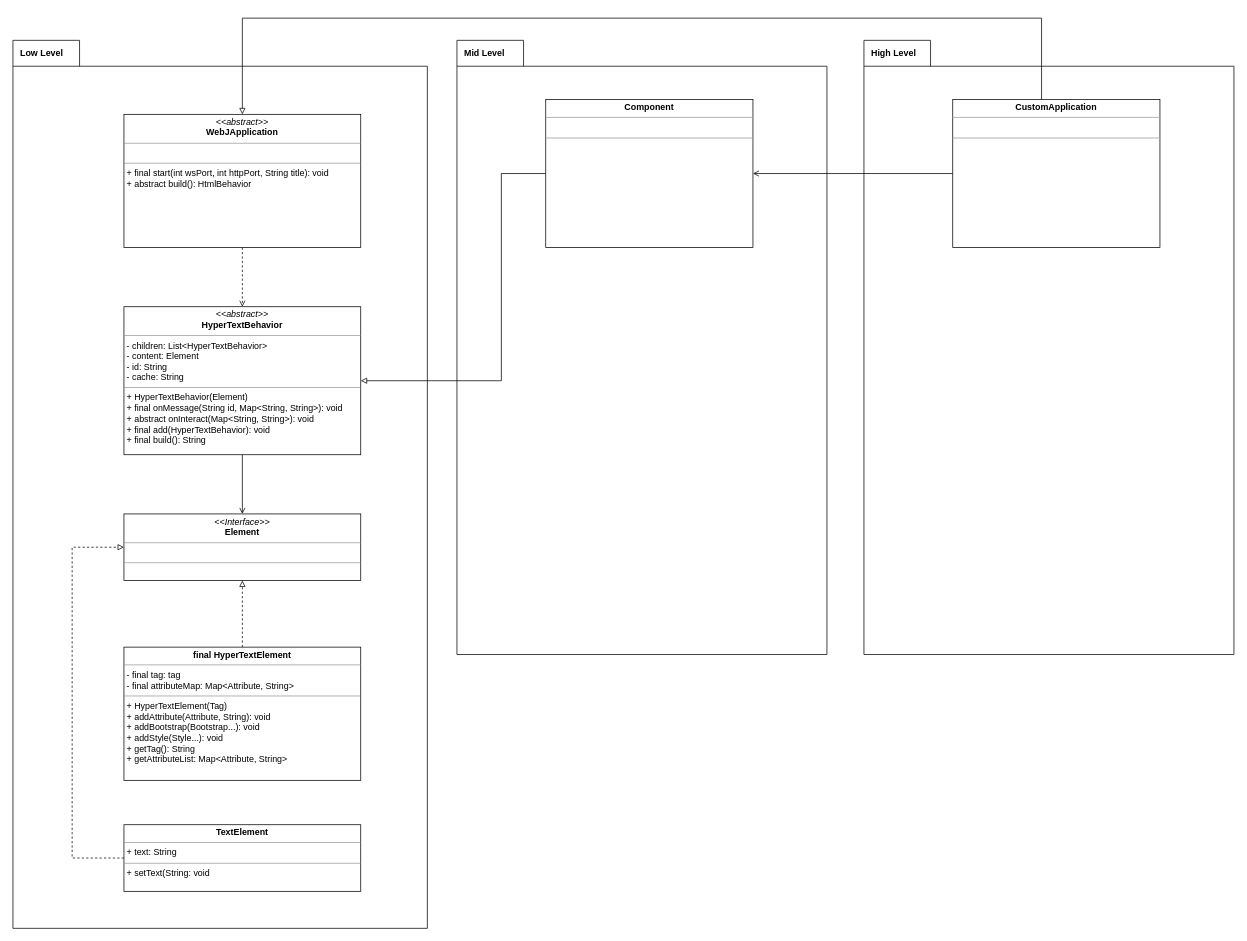
VelocityPackage/webJ keeps this draw.io diagram as page "UML" (1 of 3) of plan/WebJ.drawio. Above is the earlier version. Source tidied: cells renumbered, new cells numbered last; positions are measured from the earlier drawing's top-left corner, leaving out a move shared by most shapes. Both pictures are drawn from the tidied source at 74%, with x=0, y=0 at pixel (13, 18).
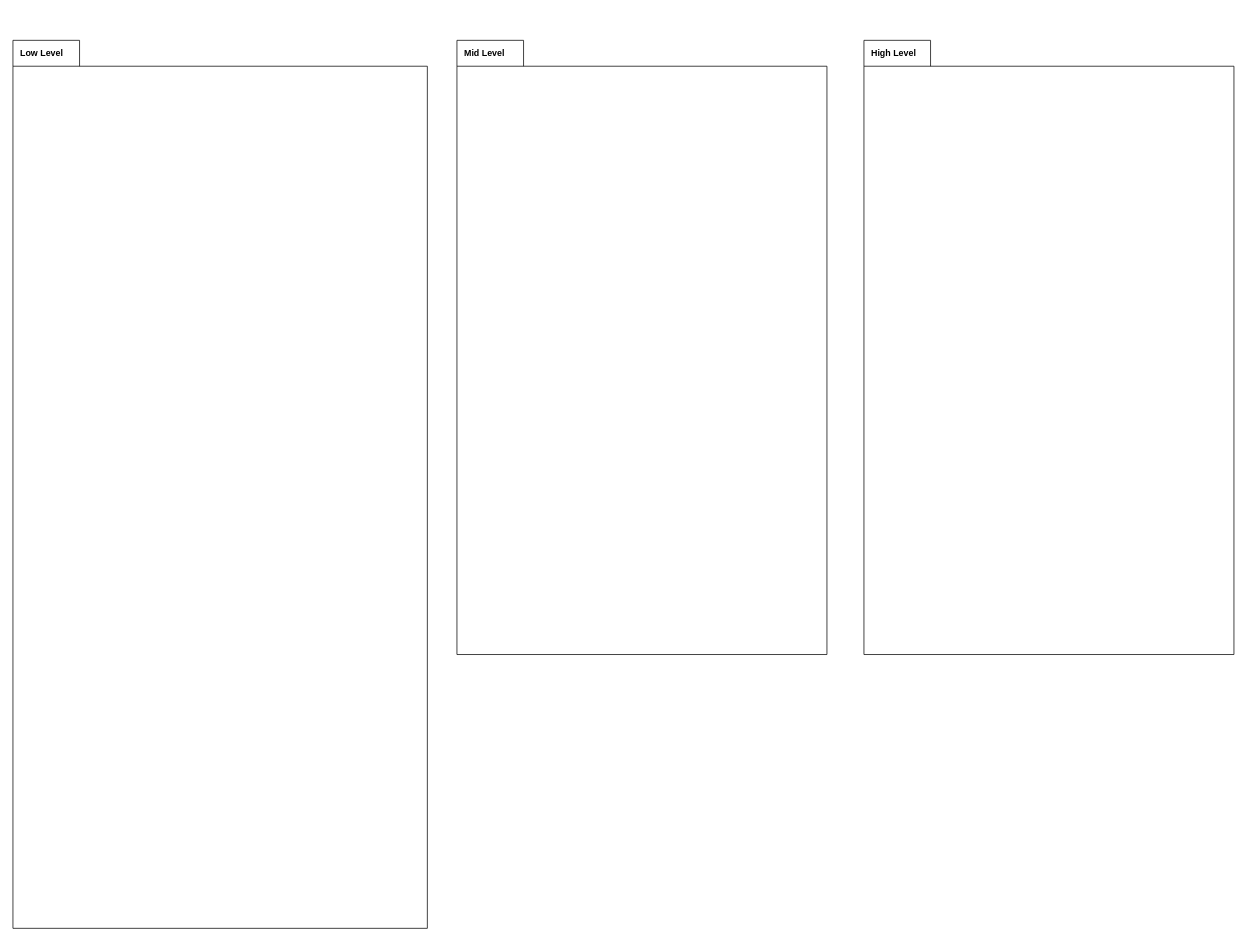
The same diagram, later.

What changed in the source:
```diff
@@
-    <mxCell id="5" style="edgeStyle=orthogonalEdgeStyle;rounded=0;jettySize=auto;html=1;endArrow=block;endFill=0;dashed=1;" parent="1" edge="1" source="6" target="16">
-      <mxGeometry relative="1" as="geometry" />
-    </mxCell>
-    <mxCell id="6" value="&lt;p style=&quot;margin: 0px ; margin-top: 4px ; text-align: center&quot;&gt;&lt;b&gt;final HyperTextElement&lt;/b&gt;&lt;/p&gt;&lt;hr size=&quot;1&quot;&gt;&lt;p style=&quot;margin: 0px ; margin-left: 4px&quot;&gt;&lt;span&gt;- final tag: tag&lt;/span&gt;&lt;br&gt;&lt;/p&gt;&lt;p style=&quot;margin: 0px ; margin-left: 4px&quot;&gt;- final attributeMap: Map&amp;lt;Attribute, String&amp;gt;&lt;/p&gt;&lt;hr size=&quot;1&quot;&gt;&lt;p style=&quot;margin: 0px ; margin-left: 4px&quot;&gt;+ HyperTextElement(Tag)&lt;/p&gt;&lt;p style=&quot;margin: 0px ; margin-left: 4px&quot;&gt;&lt;span&gt;+ addAttribute(Attribute, String): void&lt;/span&gt;&lt;br&gt;&lt;/p&gt;&lt;p style=&quot;margin: 0px ; margin-left: 4px&quot;&gt;&lt;span&gt;+ addBootstrap(Bootstrap...): void&lt;/span&gt;&lt;br&gt;&lt;/p&gt;&lt;p style=&quot;margin: 0px ; margin-left: 4px&quot;&gt;+ addStyle(Style...): void&lt;/p&gt;&lt;p style=&quot;margin: 0px ; margin-left: 4px&quot;&gt;+ getTag(): String&lt;/p&gt;&lt;p style=&quot;margin: 0px ; margin-left: 4px&quot;&gt;+ getAttributeList: Map&amp;lt;Attribute, String&amp;gt;&lt;/p&gt;" style="verticalAlign=top;align=left;overflow=fill;fontSize=12;fontFamily=Helvetica;html=1;" parent="1" vertex="1">
-      <mxGeometry x="150" y="850" width="320" height="180" as="geometry" />
-    </mxCell>
-    <mxCell id="7" style="edgeStyle=orthogonalEdgeStyle;rounded=0;jettySize=auto;html=1;endArrow=open;endFill=0;" parent="1" edge="1" source="8" target="16">
-      <mxGeometry relative="1" as="geometry" />
-    </mxCell>
-    <mxCell id="8" value="&lt;p style=&quot;margin: 0px ; margin-top: 4px ; text-align: center&quot;&gt;&lt;i&gt;&amp;lt;&amp;lt;abstract&amp;gt;&amp;gt;&lt;/i&gt;&lt;br&gt;&lt;b&gt;HyperTextBehavior&lt;/b&gt;&lt;/p&gt;&lt;hr size=&quot;1&quot;&gt;&lt;p style=&quot;margin: 0px ; margin-left: 4px&quot;&gt;- children: List&amp;lt;HyperTextBehavior&amp;gt;&lt;br&gt;&lt;/p&gt;&lt;p style=&quot;margin: 0px ; margin-left: 4px&quot;&gt;- content: Element&lt;/p&gt;&lt;p style=&quot;margin: 0px ; margin-left: 4px&quot;&gt;- id: String&lt;/p&gt;&lt;p style=&quot;margin: 0px ; margin-left: 4px&quot;&gt;- cache: String&lt;/p&gt;&lt;hr size=&quot;1&quot;&gt;&lt;p style=&quot;margin: 0px ; margin-left: 4px&quot;&gt;+ HyperTextBehavior(Element)&lt;/p&gt;&lt;p style=&quot;margin: 0px ; margin-left: 4px&quot;&gt;+ final onMessage(String id, Map&amp;lt;String, String&amp;gt;): void&lt;br&gt;+ abstract onInteract(Map&amp;lt;String, String&amp;gt;): void&lt;/p&gt;&lt;p style=&quot;margin: 0px ; margin-left: 4px&quot;&gt;+ final add(HyperTextBehavior): void&lt;/p&gt;&lt;p style=&quot;margin: 0px ; margin-left: 4px&quot;&gt;+ final build(): String&lt;/p&gt;&lt;p style=&quot;margin: 0px ; margin-left: 4px&quot;&gt;&lt;br&gt;&lt;/p&gt;&lt;p style=&quot;margin: 0px ; margin-left: 4px&quot;&gt;&lt;br&gt;&lt;/p&gt;" style="verticalAlign=top;align=left;overflow=fill;fontSize=12;fontFamily=Helvetica;html=1;" parent="1" vertex="1">
-      <mxGeometry x="150" y="390" width="320" height="200" as="geometry" />
-    </mxCell>
-    <mxCell id="9" style="edgeStyle=orthogonalEdgeStyle;rounded=0;jettySize=auto;html=1;endArrow=block;endFill=0;jumpSize=6;strokeWidth=1;" parent="1" edge="1" source="10" target="8">
-      <mxGeometry relative="1" as="geometry">
-        <Array as="points">
-          <mxPoint x="660" y="210" />
-          <mxPoint x="660" y="490" />
-        </Array>
-      </mxGeometry>
-    </mxCell>
-    <mxCell id="10" value="&lt;p style=&quot;margin: 0px ; margin-top: 4px ; text-align: center&quot;&gt;&lt;b&gt;Component&lt;/b&gt;&lt;/p&gt;&lt;hr size=&quot;1&quot;&gt;&lt;p style=&quot;margin: 0px ; margin-left: 4px&quot;&gt;&lt;br&gt;&lt;/p&gt;&lt;hr size=&quot;1&quot;&gt;&lt;p style=&quot;margin: 0px ; margin-left: 4px&quot;&gt;&lt;br&gt;&lt;/p&gt;" style="verticalAlign=top;align=left;overflow=fill;fontSize=12;fontFamily=Helvetica;html=1;" parent="1" vertex="1">
-      <mxGeometry x="720" y="110" width="280" height="200" as="geometry" />
-    </mxCell>
-    <mxCell id="11" style="edgeStyle=orthogonalEdgeStyle;rounded=0;jumpSize=6;jettySize=auto;html=1;endArrow=open;endFill=0;strokeWidth=1;dashed=1;" parent="1" edge="1" source="12" target="8">
-      <mxGeometry relative="1" as="geometry" />
-    </mxCell>
-    <mxCell id="12" value="&lt;p style=&quot;margin: 0px ; margin-top: 4px ; text-align: center&quot;&gt;&lt;i&gt;&amp;lt;&amp;lt;abstract&amp;gt;&amp;gt;&lt;/i&gt;&lt;br&gt;&lt;b&gt;WebJApplication&lt;/b&gt;&lt;/p&gt;&lt;hr size=&quot;1&quot;&gt;&lt;p style=&quot;margin: 0px ; margin-left: 4px&quot;&gt;&lt;br&gt;&lt;/p&gt;&lt;hr size=&quot;1&quot;&gt;&lt;p style=&quot;margin: 0px ; margin-left: 4px&quot;&gt;+ final start(int wsPort, int httpPort, String title): void&lt;/p&gt;&lt;p style=&quot;margin: 0px ; margin-left: 4px&quot;&gt;+ abstract build(): HtmlBehavior&lt;/p&gt;" style="verticalAlign=top;align=left;overflow=fill;fontSize=12;fontFamily=Helvetica;html=1;" parent="1" vertex="1">
-      <mxGeometry x="150" y="130" width="320" height="180" as="geometry" />
-    </mxCell>
-    <mxCell id="13" style="edgeStyle=orthogonalEdgeStyle;rounded=0;jumpSize=6;jettySize=auto;html=1;endArrow=block;endFill=0;strokeWidth=1;" parent="1" edge="1" source="15" target="12">
-      <mxGeometry relative="1" as="geometry">
-        <Array as="points">
-          <mxPoint x="1390" />
-          <mxPoint x="310" />
-        </Array>
-      </mxGeometry>
-    </mxCell>
-    <mxCell id="14" style="edgeStyle=orthogonalEdgeStyle;rounded=0;jumpSize=6;jettySize=auto;html=1;endArrow=open;endFill=0;strokeWidth=1;" parent="1" edge="1" source="15" target="10">
-      <mxGeometry relative="1" as="geometry" />
-    </mxCell>
-    <mxCell id="15" value="&lt;p style=&quot;margin: 0px ; margin-top: 4px ; text-align: center&quot;&gt;&lt;b&gt;CustomApplication&lt;/b&gt;&lt;/p&gt;&lt;hr size=&quot;1&quot;&gt;&lt;p style=&quot;margin: 0px ; margin-left: 4px&quot;&gt;&lt;br&gt;&lt;/p&gt;&lt;hr size=&quot;1&quot;&gt;&lt;p style=&quot;margin: 0px ; margin-left: 4px&quot;&gt;&lt;br&gt;&lt;/p&gt;" style="verticalAlign=top;align=left;overflow=fill;fontSize=12;fontFamily=Helvetica;html=1;" parent="1" vertex="1">
-      <mxGeometry x="1270" y="110" width="280" height="200" as="geometry" />
-    </mxCell>
-    <mxCell id="16" value="&lt;p style=&quot;margin: 0px ; margin-top: 4px ; text-align: center&quot;&gt;&lt;i&gt;&amp;lt;&amp;lt;Interface&amp;gt;&amp;gt;&lt;/i&gt;&lt;br&gt;&lt;b&gt;Element&lt;/b&gt;&lt;/p&gt;&lt;hr size=&quot;1&quot;&gt;&lt;p style=&quot;margin: 0px ; margin-left: 4px&quot;&gt;&lt;br&gt;&lt;/p&gt;&lt;hr size=&quot;1&quot;&gt;&lt;p style=&quot;margin: 0px ; margin-left: 4px&quot;&gt;&lt;br&gt;&lt;/p&gt;" style="verticalAlign=top;align=left;overflow=fill;fontSize=12;fontFamily=Helvetica;html=1;" parent="1" vertex="1">
-      <mxGeometry x="150" y="670" width="320" height="90" as="geometry" />
-    </mxCell>
-    <mxCell id="17" style="edgeStyle=orthogonalEdgeStyle;rounded=0;jettySize=auto;html=1;dashed=1;endArrow=block;endFill=0;" parent="1" edge="1" source="18" target="16">
-      <mxGeometry relative="1" as="geometry">
-        <Array as="points">
-          <mxPoint x="80" y="1135" />
-          <mxPoint x="80" y="715" />
-        </Array>
-      </mxGeometry>
-    </mxCell>
-    <mxCell id="18" value="&lt;p style=&quot;margin: 0px ; margin-top: 4px ; text-align: center&quot;&gt;&lt;b&gt;TextElement&lt;/b&gt;&lt;/p&gt;&lt;hr size=&quot;1&quot;&gt;&lt;p style=&quot;margin: 0px ; margin-left: 4px&quot;&gt;+ text: String&lt;/p&gt;&lt;hr size=&quot;1&quot;&gt;&lt;p style=&quot;margin: 0px ; margin-left: 4px&quot;&gt;+ setText(String: void&lt;/p&gt;" style="verticalAlign=top;align=left;overflow=fill;fontSize=12;fontFamily=Helvetica;html=1;" parent="1" vertex="1">
-      <mxGeometry x="150" y="1090" width="320" height="90" as="geometry" />
-    </mxCell>
```
